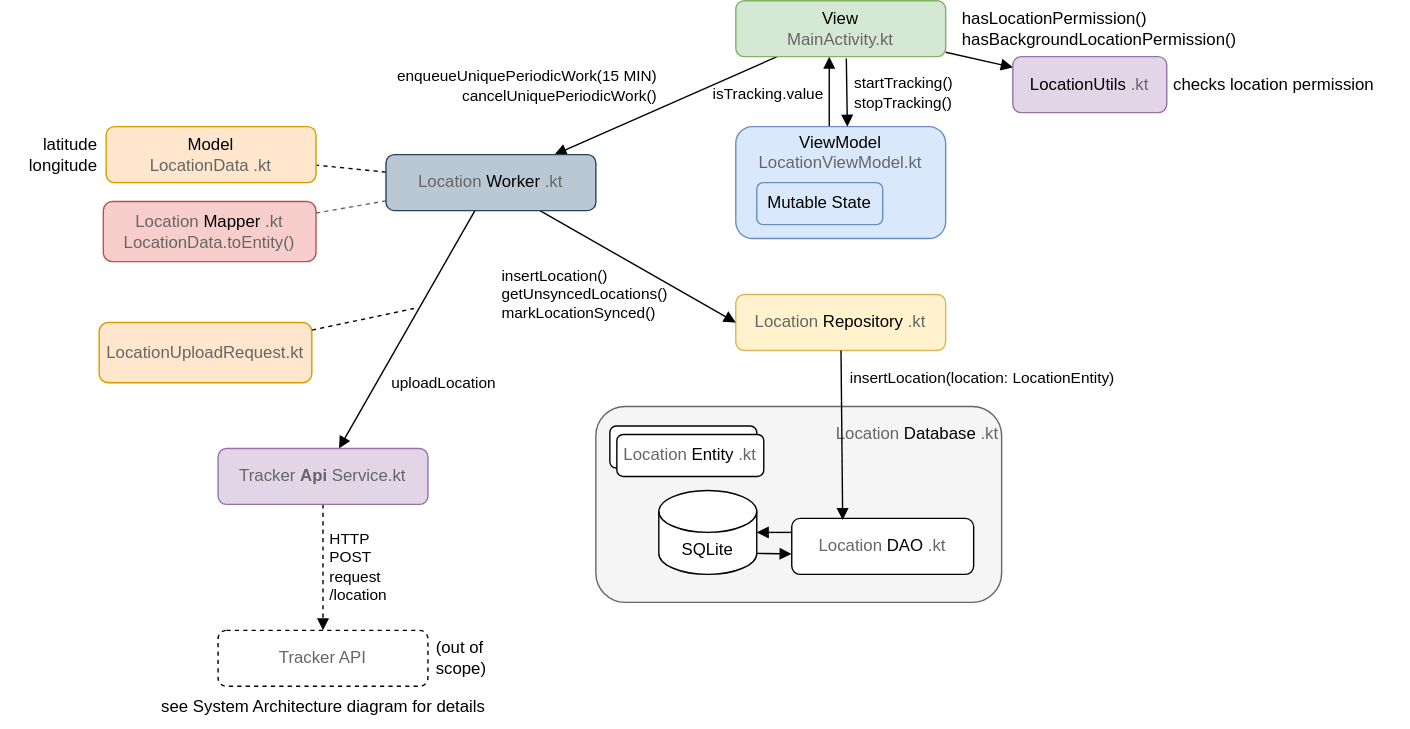
Before: app-architecture.drawio.svg, a diagram exported from draw.io (lchristmann/Tracker). Source tidied: cells renumbered, new cells last; positions are measured from the earlier drawing's top-left corner, leaving out a move shared by most shapes. Its diagram source:
```xml
<mxGraphModel background="#ffffff">
  <root>
    <mxCell id="0" />
    <mxCell id="1" parent="0" />
    <mxCell id="2" style="edgeStyle=none;html=1;endArrow=block;endFill=1;" parent="1" edge="1">
      <mxGeometry relative="1" as="geometry">
        <mxPoint x="591.8" y="90" as="sourcePoint" />
        <mxPoint x="591.8" y="40" as="targetPoint" />
      </mxGeometry>
    </mxCell>
    <mxCell id="3" value="isTracking.value" style="edgeLabel;html=1;align=right;verticalAlign=middle;" parent="2" vertex="1">
      <mxGeometry x="-0.18" y="-2" relative="1" as="geometry">
        <mxPoint x="-6" y="-3" as="offset" />
      </mxGeometry>
    </mxCell>
    <mxCell id="4" value="startTracking()&lt;div&gt;stopTracking()&lt;/div&gt;" style="edgeLabel;html=1;align=left;verticalAlign=middle;" parent="2" vertex="1">
      <mxGeometry x="-0.04" relative="1" as="geometry">
        <mxPoint x="16" as="offset" />
      </mxGeometry>
    </mxCell>
    <mxCell id="5" style="edgeStyle=none;html=1;endArrow=block;endFill=1;" parent="1" edge="1" source="8" target="9">
      <mxGeometry relative="1" as="geometry" />
    </mxCell>
    <mxCell id="6" style="edgeStyle=none;html=1;endArrow=block;endFill=1;" parent="1" edge="1" source="8" target="35">
      <mxGeometry relative="1" as="geometry" />
    </mxCell>
    <mxCell id="7" value="enqueueUniquePeriodicWork(15 MIN)&lt;div&gt;cancelUniquePeriodicWork()&lt;/div&gt;" style="edgeLabel;html=1;align=right;verticalAlign=middle;" parent="6" vertex="1">
      <mxGeometry x="-0.02" y="-1" relative="1" as="geometry">
        <mxPoint x="-7" y="-13" as="offset" />
      </mxGeometry>
    </mxCell>
    <mxCell id="8" value="View&lt;div&gt;&lt;font style=&quot;color: rgb(102, 102, 102);&quot;&gt;MainActivity.kt&lt;/font&gt;&lt;/div&gt;" style="rounded=1;whiteSpace=wrap;html=1;fillColor=#d5e8d4;strokeColor=#82b366;" parent="1" vertex="1">
      <mxGeometry x="525" width="150" height="40" as="geometry" />
    </mxCell>
    <mxCell id="9" value="LocationUtils&lt;font style=&quot;color: rgb(102, 102, 102);&quot;&gt;.kt&lt;/font&gt;" style="rounded=1;whiteSpace=wrap;html=1;fillColor=#e1d5e7;strokeColor=#9673a6;" parent="1" vertex="1">
      <mxGeometry x="723" y="40" width="110" height="40" as="geometry" />
    </mxCell>
    <mxCell id="10" value="ViewModel&lt;div&gt;&lt;font style=&quot;color: rgb(102, 102, 102);&quot;&gt;LocationViewModel.kt&lt;/font&gt;&lt;/div&gt;&lt;div&gt;&lt;br&gt;&lt;/div&gt;&lt;div&gt;&lt;br&gt;&lt;/div&gt;&lt;div&gt;&lt;br&gt;&lt;/div&gt;" style="rounded=1;whiteSpace=wrap;html=1;fillColor=#dae8fc;strokeColor=#6c8ebf;" parent="1" vertex="1">
      <mxGeometry x="525" y="90" width="150" height="80" as="geometry" />
    </mxCell>
    <mxCell id="11" value="&lt;font style=&quot;color: rgb(102, 102, 102);&quot;&gt;Location&lt;/font&gt;Repository&lt;font style=&quot;color: rgb(102, 102, 102);&quot;&gt;.kt&lt;/font&gt;" style="rounded=1;whiteSpace=wrap;html=1;fillColor=#fff2cc;strokeColor=#d6b656;" parent="1" vertex="1">
      <mxGeometry x="525" y="210" width="150" height="40" as="geometry" />
    </mxCell>
    <mxCell id="12" value="&lt;div style=&quot;&quot;&gt;&lt;font style=&quot;background-color: transparent; color: rgb(102, 102, 102);&quot;&gt;Location&lt;/font&gt;&lt;span style=&quot;background-color: transparent;&quot;&gt;&lt;font style=&quot;color: rgb(0, 0, 0);&quot;&gt;Database&lt;/font&gt;&lt;/span&gt;&lt;font style=&quot;background-color: transparent; color: rgb(102, 102, 102);&quot;&gt;.kt&amp;nbsp; &amp;nbsp;&lt;/font&gt;&lt;/div&gt;&lt;div style=&quot;&quot;&gt;&lt;font style=&quot;background-color: transparent; color: rgb(102, 102, 102);&quot;&gt;&lt;br&gt;&lt;/font&gt;&lt;/div&gt;&lt;div style=&quot;&quot;&gt;&lt;font style=&quot;background-color: transparent; color: rgb(102, 102, 102);&quot;&gt;&lt;br&gt;&lt;/font&gt;&lt;/div&gt;&lt;div style=&quot;&quot;&gt;&lt;font style=&quot;background-color: transparent; color: rgb(102, 102, 102);&quot;&gt;&lt;br&gt;&lt;/font&gt;&lt;/div&gt;&lt;div style=&quot;&quot;&gt;&lt;font style=&quot;background-color: transparent; color: rgb(102, 102, 102);&quot;&gt;&lt;br&gt;&lt;/font&gt;&lt;/div&gt;&lt;div style=&quot;&quot;&gt;&lt;font style=&quot;background-color: transparent; color: rgb(102, 102, 102);&quot;&gt;&lt;br&gt;&lt;/font&gt;&lt;/div&gt;&lt;div style=&quot;&quot;&gt;&lt;font style=&quot;background-color: transparent; color: rgb(102, 102, 102);&quot;&gt;&lt;br&gt;&lt;/font&gt;&lt;/div&gt;&lt;div style=&quot;&quot;&gt;&lt;font style=&quot;background-color: transparent; color: rgb(102, 102, 102);&quot;&gt;&lt;br&gt;&lt;/font&gt;&lt;/div&gt;" style="rounded=1;whiteSpace=wrap;html=1;fillColor=#f5f5f5;fontColor=#333333;strokeColor=#666666;align=right;" parent="1" vertex="1">
      <mxGeometry x="425" y="290" width="290" height="140" as="geometry" />
    </mxCell>
    <mxCell id="13" value="Entity" style="rounded=1;whiteSpace=wrap;html=1;" parent="1" vertex="1">
      <mxGeometry x="435" y="304" width="105" height="30" as="geometry" />
    </mxCell>
    <mxCell id="14" value="&lt;font style=&quot;color: rgb(102, 102, 102);&quot;&gt;Location&lt;/font&gt;Entity&lt;font style=&quot;color: rgb(102, 102, 102);&quot;&gt;.kt&lt;/font&gt;" style="rounded=1;whiteSpace=wrap;html=1;" parent="1" vertex="1">
      <mxGeometry x="440" y="310" width="105" height="30" as="geometry" />
    </mxCell>
    <mxCell id="15" style="edgeStyle=none;html=1;exitX=0;exitY=0.25;exitDx=0;exitDy=0;exitPerimeter=0;endArrow=block;endFill=1;" parent="1" edge="1" source="16" target="18">
      <mxGeometry relative="1" as="geometry" />
    </mxCell>
    <mxCell id="16" value="&lt;font style=&quot;color: rgb(102, 102, 102);&quot;&gt;Location&lt;/font&gt;DAO&lt;font style=&quot;color: rgb(102, 102, 102);&quot;&gt;.kt&lt;/font&gt;" style="rounded=1;whiteSpace=wrap;html=1;" parent="1" vertex="1">
      <mxGeometry x="565" y="370" width="130" height="40" as="geometry" />
    </mxCell>
    <mxCell id="17" style="edgeStyle=none;html=1;exitX=1;exitY=1;exitDx=0;exitDy=-15;exitPerimeter=0;entryX=-0.001;entryY=0.636;entryDx=0;entryDy=0;entryPerimeter=0;endArrow=block;endFill=1;" parent="1" edge="1" source="18" target="16">
      <mxGeometry relative="1" as="geometry" />
    </mxCell>
    <mxCell id="18" value="SQLite" style="shape=cylinder3;whiteSpace=wrap;html=1;boundedLbl=1;backgroundOutline=1;size=15;" parent="1" vertex="1">
      <mxGeometry x="470" y="350" width="70" height="60" as="geometry" />
    </mxCell>
    <mxCell id="19" style="edgeStyle=none;html=1;entryX=0.28;entryY=0.03;entryDx=0;entryDy=0;entryPerimeter=0;endArrow=block;endFill=1;" parent="1" edge="1" source="11" target="16">
      <mxGeometry relative="1" as="geometry" />
    </mxCell>
    <mxCell id="20" value="insertLocation()&lt;div&gt;getUnsyncedLocations()&lt;/div&gt;&lt;div&gt;markLocationSynced()&lt;/div&gt;" style="edgeLabel;html=1;align=left;verticalAlign=middle;" parent="19" vertex="1">
      <mxGeometry x="-0.66" relative="1" as="geometry">
        <mxPoint x="-244" y="-61" as="offset" />
      </mxGeometry>
    </mxCell>
    <mxCell id="21" value="insertLocation(location: LocationEntity)" style="edgeLabel;html=1;align=center;verticalAlign=middle;" parent="19" vertex="1">
      <mxGeometry x="-0.47" relative="1" as="geometry">
        <mxPoint x="100" y="-12" as="offset" />
      </mxGeometry>
    </mxCell>
    <mxCell id="22" value="Mutable State" style="rounded=1;whiteSpace=wrap;html=1;fillColor=#dae8fc;strokeColor=#6c8ebf;" parent="1" vertex="1">
      <mxGeometry x="540" y="130" width="90" height="30" as="geometry" />
    </mxCell>
    <mxCell id="23" style="edgeStyle=none;html=1;dashed=1;endArrow=none;endFill=0;" parent="1" edge="1" source="35" target="28">
      <mxGeometry relative="1" as="geometry" />
    </mxCell>
    <mxCell id="24" value="hasLocationPermission()&lt;div&gt;hasBackgroundLocationPermission()&lt;/div&gt;" style="text;html=1;align=left;verticalAlign=middle;strokeColor=none;fillColor=none;fontColor=#000000;" parent="1" vertex="1">
      <mxGeometry x="685" width="220" height="40" as="geometry" />
    </mxCell>
    <mxCell id="25" value="checks location permission" style="text;html=1;align=left;verticalAlign=middle;strokeColor=none;fillColor=none;" parent="1" vertex="1">
      <mxGeometry x="836" y="45" width="170" height="30" as="geometry" />
    </mxCell>
    <mxCell id="26" style="edgeStyle=none;html=1;" parent="1" edge="1" target="12">
      <mxGeometry relative="1" as="geometry">
        <mxPoint x="715" y="364.3" as="sourcePoint" />
      </mxGeometry>
    </mxCell>
    <mxCell id="27" value="&lt;font style=&quot;color: rgb(102, 102, 102);&quot;&gt;Location&lt;/font&gt;Mapper&lt;font style=&quot;color: rgb(102, 102, 102);&quot;&gt;.kt&lt;/font&gt;&lt;div&gt;&lt;font style=&quot;color: rgb(102, 102, 102);&quot;&gt;LocationData.toEntity()&lt;/font&gt;&lt;/div&gt;" style="rounded=1;whiteSpace=wrap;html=1;fillColor=#f8cecc;strokeColor=#b85450;" parent="1" vertex="1">
      <mxGeometry x="73" y="143.5" width="152" height="43" as="geometry" />
    </mxCell>
    <mxCell id="28" value="&lt;div&gt;&lt;font style=&quot;color: rgb(0, 0, 0);&quot;&gt;Model&lt;/font&gt;&lt;/div&gt;&lt;font style=&quot;color: rgb(102, 102, 102);&quot;&gt;LocationData&lt;/font&gt;&lt;span style=&quot;background-color: transparent;&quot;&gt;&lt;font style=&quot;color: rgb(102, 102, 102);&quot;&gt;.kt&lt;/font&gt;&lt;/span&gt;" style="rounded=1;whiteSpace=wrap;html=1;fillColor=#ffe6cc;strokeColor=#d79b00;" parent="1" vertex="1">
      <mxGeometry x="75" y="90" width="150" height="40" as="geometry" />
    </mxCell>
    <mxCell id="29" style="endArrow=none;dashed=1;html=1;fillColor=#f5f5f5;strokeColor=#666666;" parent="1" edge="1" source="27" target="35">
      <mxGeometry relative="1" as="geometry" />
    </mxCell>
    <mxCell id="30" style="edgeStyle=none;html=1;entryX=0.507;entryY=-0.017;entryDx=0;entryDy=0;entryPerimeter=0;endArrow=block;endFill=1;" parent="1" edge="1">
      <mxGeometry relative="1" as="geometry">
        <mxPoint x="604" y="41.4" as="sourcePoint" />
        <mxPoint x="604.7" y="90" as="targetPoint" />
      </mxGeometry>
    </mxCell>
    <mxCell id="31" value="latitude&lt;div&gt;longitude&lt;/div&gt;" style="text;html=1;align=right;verticalAlign=middle;strokeColor=none;fillColor=none;" parent="1" vertex="1">
      <mxGeometry y="90" width="70" height="40" as="geometry" />
    </mxCell>
    <mxCell id="32" style="edgeStyle=none;html=1;entryX=0;entryY=0.5;entryDx=0;entryDy=0;endArrow=block;endFill=1;" parent="1" edge="1" source="35" target="11">
      <mxGeometry relative="1" as="geometry" />
    </mxCell>
    <mxCell id="33" style="edgeStyle=none;html=1;endArrow=block;endFill=1;" parent="1" edge="1" source="35" target="38">
      <mxGeometry relative="1" as="geometry" />
    </mxCell>
    <mxCell id="34" value="uploadLocation" style="edgeLabel;html=1;align=center;verticalAlign=middle;" parent="33" vertex="1">
      <mxGeometry x="0.26" y="1" relative="1" as="geometry">
        <mxPoint x="37" y="15" as="offset" />
      </mxGeometry>
    </mxCell>
    <mxCell id="35" value="&lt;font style=&quot;color: rgb(102, 102, 102);&quot;&gt;Location&lt;/font&gt;&lt;font style=&quot;color: rgb(0, 0, 0);&quot;&gt;Worker&lt;/font&gt;&lt;font style=&quot;color: rgb(102, 102, 102);&quot;&gt;.kt&lt;/font&gt;" style="rounded=1;whiteSpace=wrap;html=1;fillColor=#bac8d3;strokeColor=#23445d;" parent="1" vertex="1">
      <mxGeometry x="275" y="110" width="150" height="40" as="geometry" />
    </mxCell>
    <mxCell id="36" style="edgeStyle=none;html=1;endArrow=block;endFill=1;dashed=1;" parent="1" edge="1" source="38" target="41">
      <mxGeometry relative="1" as="geometry" />
    </mxCell>
    <mxCell id="37" value="HTTP&lt;div&gt;POST&lt;/div&gt;&lt;div&gt;request&lt;/div&gt;&lt;div&gt;/location&lt;/div&gt;" style="edgeLabel;html=1;align=left;verticalAlign=middle;" parent="36" vertex="1">
      <mxGeometry x="-0.01" relative="1" as="geometry">
        <mxPoint x="3" as="offset" />
      </mxGeometry>
    </mxCell>
    <mxCell id="38" value="&lt;font style=&quot;color: rgb(102, 102, 102);&quot;&gt;Tracker&lt;b&gt;Api&lt;/b&gt;Service.kt&lt;/font&gt;" style="rounded=1;whiteSpace=wrap;html=1;fillColor=#e1d5e7;strokeColor=#9673a6;" parent="1" vertex="1">
      <mxGeometry x="155" y="320" width="150" height="40" as="geometry" />
    </mxCell>
    <mxCell id="39" style="edgeStyle=none;html=1;endArrow=none;endFill=0;dashed=1;" parent="1" edge="1" source="40">
      <mxGeometry relative="1" as="geometry">
        <mxPoint x="295" y="220" as="targetPoint" />
      </mxGeometry>
    </mxCell>
    <mxCell id="40" value="&lt;font color=&quot;#666666&quot;&gt;LocationUploadRequest.kt&lt;/font&gt;" style="rounded=1;whiteSpace=wrap;html=1;fillColor=#ffe6cc;strokeColor=#d79b00;" parent="1" vertex="1">
      <mxGeometry x="70" y="230" width="152" height="43" as="geometry" />
    </mxCell>
    <mxCell id="41" value="&lt;font color=&quot;#666666&quot;&gt;Tracker API&lt;/font&gt;" style="rounded=1;whiteSpace=wrap;html=1;dashed=1;" parent="1" vertex="1">
      <mxGeometry x="155" y="450" width="150" height="40" as="geometry" />
    </mxCell>
    <mxCell id="42" value="(out of&lt;div&gt;scope)&lt;/div&gt;" style="text;html=1;align=left;verticalAlign=middle;strokeColor=none;fillColor=none;" parent="1" vertex="1">
      <mxGeometry x="309" y="450" width="60" height="40" as="geometry" />
    </mxCell>
    <mxCell id="43" value="see System Architecture diagram for details" style="text;html=1;align=center;verticalAlign=middle;strokeColor=none;fillColor=none;" parent="1" vertex="1">
      <mxGeometry x="105" y="490" width="250" height="30" as="geometry" />
    </mxCell>
  </root>
</mxGraphModel>
```
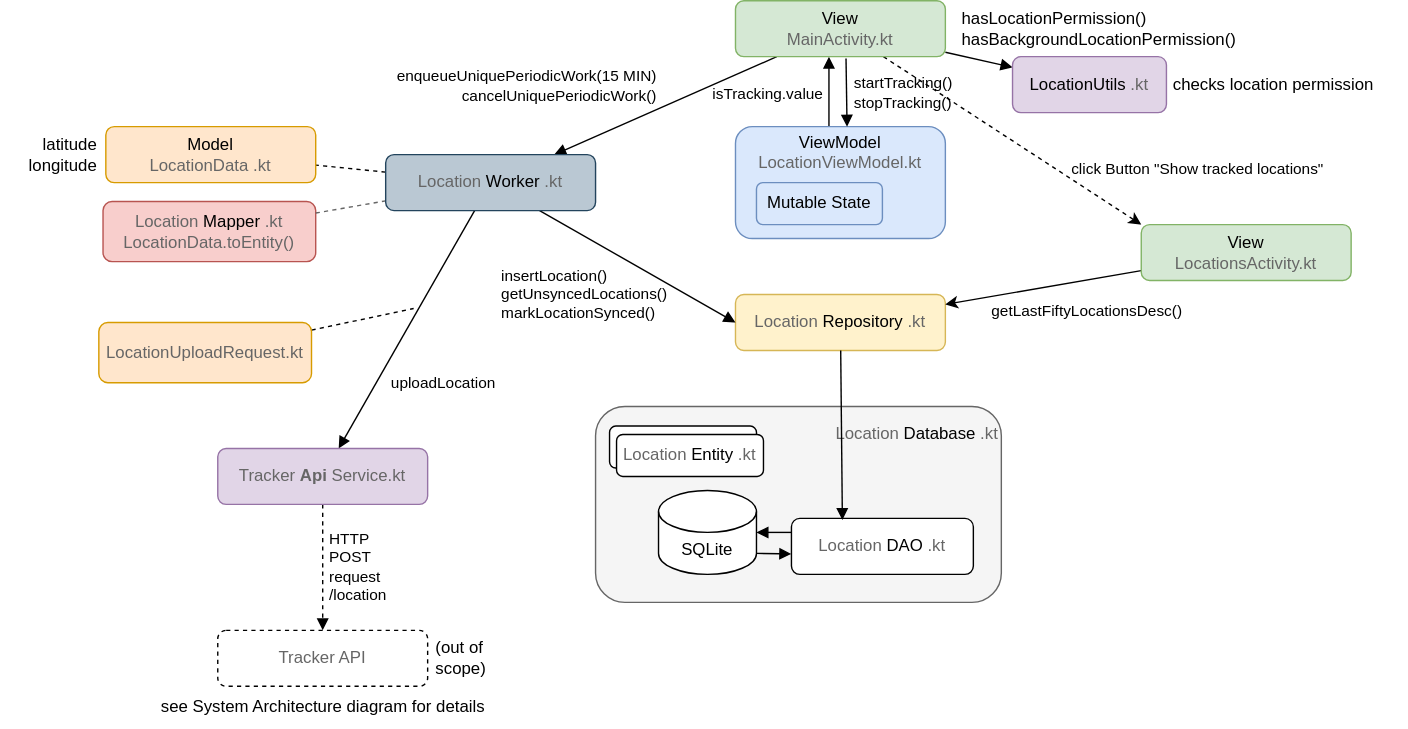
The same file after the commit.

Commit message:
feature: add LocationsActivity visualizing database content

Change to the diagram source:
```diff
@@ -29,6 +29,14 @@
         <mxPoint x="-7" y="-13" as="offset" />
       </mxGeometry>
     </mxCell>
+    <mxCell id="44" style="edgeStyle=none;html=1;entryX=0;entryY=0;entryDx=0;entryDy=0;dashed=1;" parent="1" edge="1" source="8" target="48">
+      <mxGeometry relative="1" as="geometry" />
+    </mxCell>
+    <mxCell id="45" value="click Button &quot;Show tracked locations&quot;" style="edgeLabel;html=1;align=center;verticalAlign=middle;" parent="44" vertex="1">
+      <mxGeometry x="0.35" y="2" relative="1" as="geometry">
+        <mxPoint x="98" as="offset" />
+      </mxGeometry>
+    </mxCell>
     <mxCell id="8" value="View&lt;div&gt;&lt;font style=&quot;color: rgb(102, 102, 102);&quot;&gt;MainActivity.kt&lt;/font&gt;&lt;/div&gt;" style="rounded=1;whiteSpace=wrap;html=1;fillColor=#d5e8d4;strokeColor=#82b366;" parent="1" vertex="1">
       <mxGeometry x="525" width="150" height="40" as="geometry" />
     </mxCell>
@@ -70,11 +78,6 @@
         <mxPoint x="-244" y="-61" as="offset" />
       </mxGeometry>
     </mxCell>
-    <mxCell id="21" value="insertLocation(location: LocationEntity)" style="edgeLabel;html=1;align=center;verticalAlign=middle;" parent="19" vertex="1">
-      <mxGeometry x="-0.47" relative="1" as="geometry">
-        <mxPoint x="100" y="-12" as="offset" />
-      </mxGeometry>
-    </mxCell>
     <mxCell id="22" value="Mutable State" style="rounded=1;whiteSpace=wrap;html=1;fillColor=#dae8fc;strokeColor=#6c8ebf;" parent="1" vertex="1">
       <mxGeometry x="540" y="130" width="90" height="30" as="geometry" />
     </mxCell>
@@ -152,5 +155,16 @@
     <mxCell id="43" value="see System Architecture diagram for details" style="text;html=1;align=center;verticalAlign=middle;strokeColor=none;fillColor=none;" parent="1" vertex="1">
       <mxGeometry x="105" y="490" width="250" height="30" as="geometry" />
     </mxCell>
+    <mxCell id="46" style="edgeStyle=none;html=1;" parent="1" edge="1" source="48" target="11">
+      <mxGeometry relative="1" as="geometry" />
+    </mxCell>
+    <mxCell id="47" value="getLastFiftyLocationsDesc()" style="edgeLabel;html=1;align=center;verticalAlign=middle;" parent="46" vertex="1">
+      <mxGeometry x="-0.03" y="-1" relative="1" as="geometry">
+        <mxPoint x="29" y="18" as="offset" />
+      </mxGeometry>
+    </mxCell>
+    <mxCell id="48" value="View&lt;div&gt;&lt;font style=&quot;color: rgb(102, 102, 102);&quot;&gt;LocationsActivity.kt&lt;/font&gt;&lt;/div&gt;" style="rounded=1;whiteSpace=wrap;html=1;fillColor=#d5e8d4;strokeColor=#82b366;" parent="1" vertex="1">
+      <mxGeometry x="815" y="160" width="150" height="40" as="geometry" />
+    </mxCell>
   </root>
 </mxGraphModel>
```
